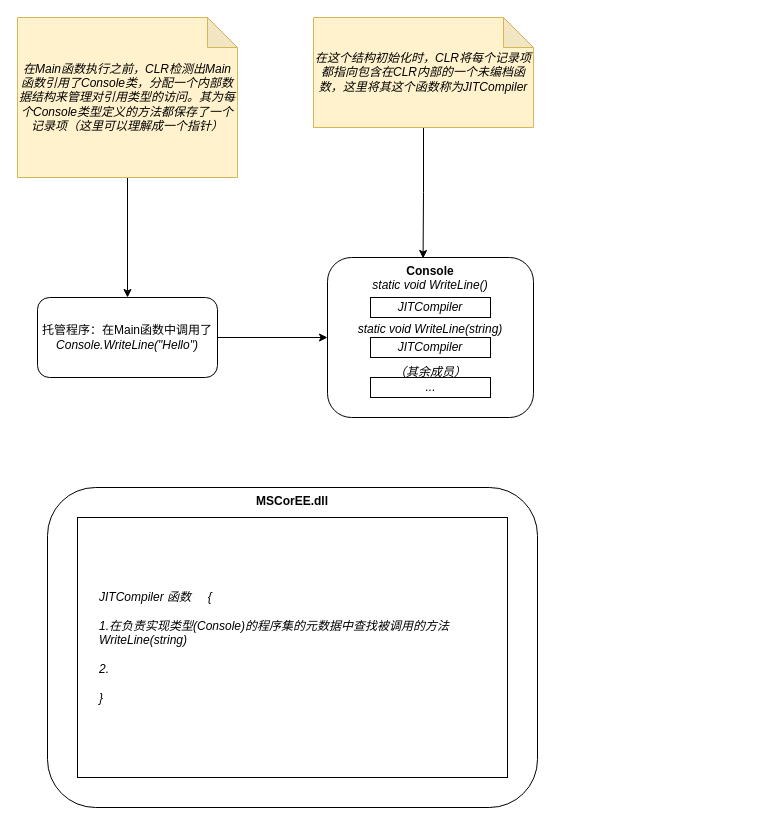
KamenRiderKuuga/kamenriderkuuga.github.io keeps this draw.io diagram as assets/img/drawio/console-writeline-with-clr.drawio. Above is the earlier version. Source tidied: cells renumbered, new cells numbered last; positions are measured from the earlier drawing's top-left corner, leaving out a move shared by most shapes. Both pictures are drawn from the tidied source at 100%, with x=0, y=0 at pixel (17, 17).
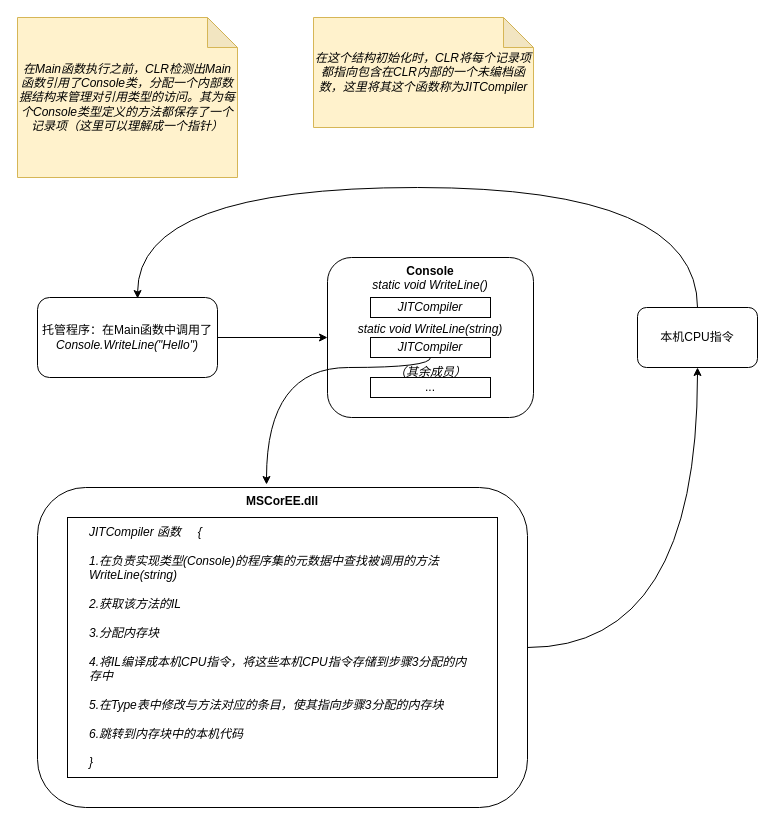
After the change.

The change refers to these unchanged cells:
```xml
<mxCell id="3" value="托管程序：在Main函数中调用了&lt;i&gt;Console.WriteLine(&quot;Hello&quot;)&lt;/i&gt;" style="whiteSpace=wrap;html=1;rounded=1;" parent="1" vertex="1">
  <mxGeometry x="20" y="280" width="180" height="80" as="geometry" />
</mxCell>
<mxCell id="5" value="&lt;i&gt;在Main函数执行之前，CLR检测出Main函数引用了Console类，分配一个内部数据结构来管理对引用类型的访问。其为每个Console类型定义的方法都保存了一个记录项（这里可以理解成一个指针）&lt;/i&gt;" style="shape=note;whiteSpace=wrap;html=1;backgroundOutline=1;darkOpacity=0.05;fillColor=#fff2cc;strokeColor=#d6b656;" parent="1" vertex="1">
  <mxGeometry width="220" height="160" as="geometry" />
</mxCell>
<mxCell id="6" value="&lt;b&gt;Console&lt;/b&gt;&lt;br&gt;&lt;i&gt;static void WriteLine()&lt;br&gt;&lt;br&gt;&lt;br&gt;&lt;/i&gt;&lt;i&gt;static void WriteLine(string)&lt;br&gt;&lt;/i&gt;&lt;i&gt;&lt;br&gt;&lt;br&gt;&lt;/i&gt;&lt;i&gt;（其余成员）&lt;br&gt;&lt;/i&gt;" style="rounded=1;whiteSpace=wrap;html=1;align=center;verticalAlign=top;" parent="1" vertex="1">
  <mxGeometry x="310" y="240" width="206" height="160" as="geometry" />
</mxCell>
<mxCell id="8" value="&lt;i&gt;JITCompiler&lt;/i&gt;" style="rounded=0;whiteSpace=wrap;html=1;" parent="1" vertex="1">
  <mxGeometry x="353" y="320" width="120" height="20" as="geometry" />
</mxCell>
<mxCell id="11" value="&lt;i&gt;在这个结构初始化时，CLR将每个记录项都指向包含在CLR内部的一个未编档函数，这里将其这个函数称为JITCompiler&lt;br&gt;&lt;/i&gt;" style="shape=note;whiteSpace=wrap;html=1;backgroundOutline=1;darkOpacity=0.05;fillColor=#fff2cc;strokeColor=#d6b656;" parent="1" vertex="1">
  <mxGeometry x="296" width="220" height="110" as="geometry" />
</mxCell>
```

Change to the diagram source:
```diff
@@
-    <mxCell id="4" style="edgeStyle=orthogonalEdgeStyle;rounded=0;jettySize=auto;html=1;entryX=0.5;entryY=0;entryDx=0;entryDy=0;" parent="1" edge="1" source="5" target="3">
-      <mxGeometry relative="1" as="geometry" />
-    </mxCell>
@@
+    <mxCell id="16" style="edgeStyle=orthogonalEdgeStyle;rounded=0;jettySize=auto;html=1;curved=1;" parent="1" edge="1" source="8">
+      <mxGeometry relative="1" as="geometry">
+        <mxPoint x="249" y="467" as="targetPoint" />
+        <Array as="points">
+          <mxPoint x="413" y="350" />
+          <mxPoint x="249" y="350" />
+        </Array>
+      </mxGeometry>
+    </mxCell>
@@
-    <mxCell id="10" style="edgeStyle=orthogonalEdgeStyle;rounded=0;jettySize=auto;html=1;entryX=0.464;entryY=0.006;entryDx=0;entryDy=0;entryPerimeter=0;" parent="1" edge="1" source="11" target="6">
-      <mxGeometry relative="1" as="geometry" />
-    </mxCell>
@@
+    <mxCell id="17" style="edgeStyle=orthogonalEdgeStyle;curved=1;rounded=0;jettySize=auto;html=1;entryX=0.5;entryY=1;entryDx=0;entryDy=0;" parent="1" edge="1" source="12" target="19">
+      <mxGeometry relative="1" as="geometry" />
+    </mxCell>
     <mxCell id="12" style="whiteSpace=wrap;html=1;rounded=1;align=center;" parent="1" vertex="1">
-      <mxGeometry x="30" y="470" width="490" height="320" as="geometry" />
+      <mxGeometry x="20" y="470" width="490" height="320" as="geometry" />
     </mxCell>
     <mxCell id="13" style="whiteSpace=wrap;html=1;rounded=0;align=center;" parent="1" vertex="1">
-      <mxGeometry x="60" y="500" width="430" height="260" as="geometry" />
+      <mxGeometry x="50" y="500" width="430" height="260" as="geometry" />
     </mxCell>
     <mxCell id="14" value="&lt;b&gt;MSCorEE.dll&lt;/b&gt;" style="text;html=1;strokeColor=none;fillColor=none;align=center;verticalAlign=middle;whiteSpace=wrap;rounded=0;" parent="1" vertex="1">
-      <mxGeometry x="255" y="474" width="40" height="20" as="geometry" />
+      <mxGeometry x="245" y="474" width="40" height="20" as="geometry" />
     </mxCell>
-    <mxCell id="15" value="&lt;i&gt;JITCompiler 函数&amp;nbsp; &amp;nbsp; &amp;nbsp;{&lt;br&gt;&lt;br&gt;1.在负责实现类型(Console)的程序集的元数据中查找被调用的方法WriteLine(string)&lt;br&gt;&lt;br&gt;2.&lt;br&gt;&lt;br&gt;}&lt;/i&gt;" style="text;html=1;strokeColor=none;fillColor=none;align=left;verticalAlign=middle;whiteSpace=wrap;rounded=0;" parent="1" vertex="1">
-      <mxGeometry x="80" y="520" width="390" height="220" as="geometry" />
+    <mxCell id="15" value="&lt;i&gt;JITCompiler 函数&amp;nbsp; &amp;nbsp; &amp;nbsp;{&lt;br&gt;&lt;br&gt;1.在负责实现类型(Console)的程序集的元数据中查找被调用的方法WriteLine(string)&lt;br&gt;&lt;br&gt;2.获取该方法的IL&lt;br&gt;&lt;br&gt;3.分配内存块&lt;br&gt;&lt;br&gt;4.将IL编译成本机CPU指令，将这些本机CPU指令存储到步骤3分配的内存中&lt;br&gt;&lt;br&gt;5.在Type表中修改与方法对应的条目，使其指向步骤3分配的内存块&lt;br&gt;&lt;br&gt;6.跳转到内存块中的本机代码&lt;br&gt;&lt;br&gt;}&lt;/i&gt;" style="text;html=1;strokeColor=none;fillColor=none;align=left;verticalAlign=middle;whiteSpace=wrap;rounded=0;" parent="1" vertex="1">
+      <mxGeometry x="70" y="520" width="390" height="220" as="geometry" />
     </mxCell>
+    <mxCell id="18" style="edgeStyle=orthogonalEdgeStyle;curved=1;rounded=0;jettySize=auto;html=1;exitX=0.5;exitY=0;exitDx=0;exitDy=0;entryX=0.556;entryY=0.013;entryDx=0;entryDy=0;entryPerimeter=0;" parent="1" edge="1" source="19" target="3">
+      <mxGeometry relative="1" as="geometry">
+        <Array as="points">
+          <mxPoint x="680" y="170" />
+          <mxPoint x="120" y="170" />
+        </Array>
+      </mxGeometry>
+    </mxCell>
+    <mxCell id="19" value="本机CPU指令" style="rounded=1;whiteSpace=wrap;html=1;align=center;" parent="1" vertex="1">
+      <mxGeometry x="620" y="290" width="120" height="60" as="geometry" />
+    </mxCell>
```
